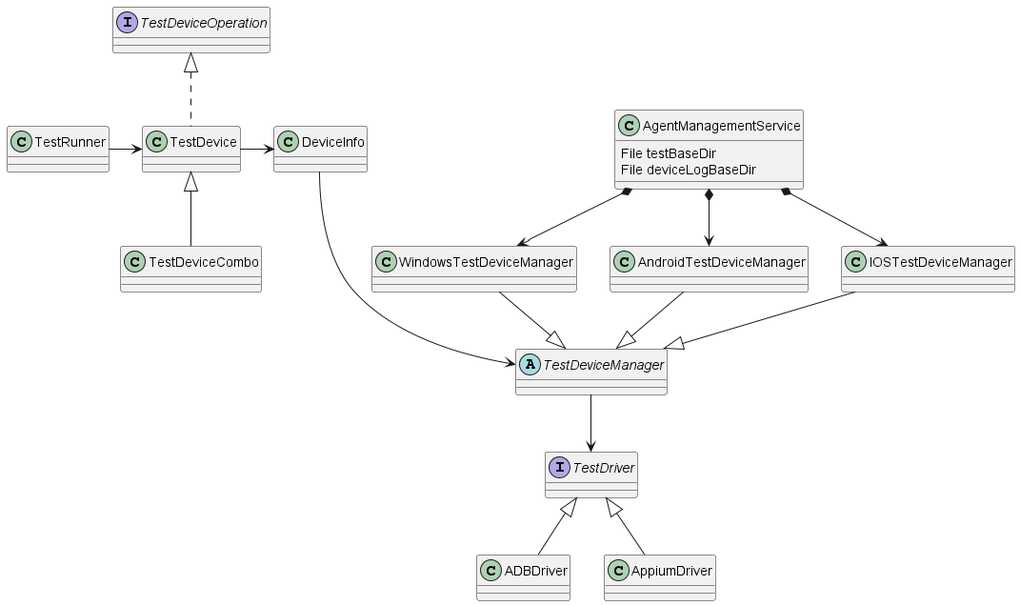
microsoft/HydraLab keeps this PlantUML diagram as docs/images/UML/agent_device_management_design.png. Above is the earlier version.
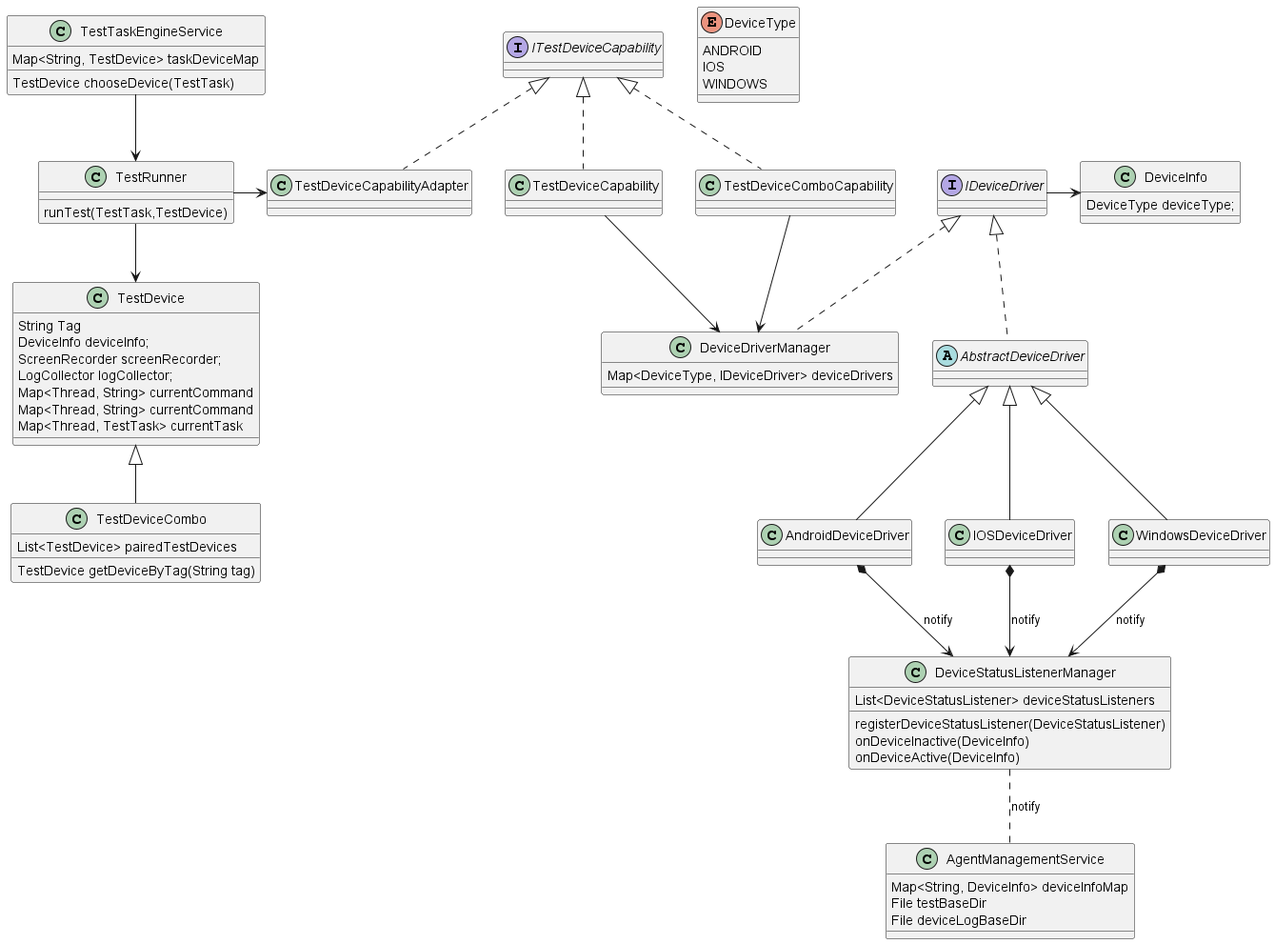
Later version of the same file.

What changed in the source:
```diff
@@ -1,34 +1,78 @@
 @startuml
+enum DeviceType{
+    ANDROID
+    IOS
+    WINDOWS
+}
+
+class DeviceInfo{
+    DeviceType deviceType;
+}
 
 class AgentManagementService {
+    Map<String, DeviceInfo> deviceInfoMap
     File testBaseDir
     File deviceLogBaseDir
 }
-interface TestDeviceOperation
-class TestDevice implements TestDeviceOperation
-class TestDeviceCombo extends TestDevice
+class DeviceStatusListenerManager{
+    List<DeviceStatusListener> deviceStatusListeners
+    registerDeviceStatusListener(DeviceStatusListener)
+    onDeviceInactive(DeviceInfo)
+    onDeviceActive(DeviceInfo)
+}
+class TestTaskEngineService{
+    TestDevice chooseDevice(TestTask)
+    Map<String, TestDevice> taskDeviceMap
+}
+
+
 class DeviceInfo
-abstract class TestDeviceManager
-class AndroidTestDeviceManager
-class IOSTestDeviceManager
-class WindowsTestDeviceManager
+interface ITestDeviceCapability
+class TestDeviceCapability implements ITestDeviceCapability
+class TestDeviceComboCapability implements ITestDeviceCapability
+class TestDeviceCapabilityAdapter implements ITestDeviceCapability
 
-interface TestDriver
+class TestDevice{
+String Tag
+DeviceInfo deviceInfo;
+ScreenRecorder screenRecorder;
+LogCollector logCollector;
+Map<Thread, String> currentCommand
+Map<Thread, String> currentCommand
+Map<Thread, TestTask> currentTask
+}
 
-AndroidTestDeviceManager --|> TestDeviceManager
-IOSTestDeviceManager --|> TestDeviceManager
-WindowsTestDeviceManager --|> TestDeviceManager
+class TestDeviceCombo extends TestDevice{
+List<TestDevice> pairedTestDevices
+TestDevice getDeviceByTag(String tag)
+}
 
-AgentManagementService *--> AndroidTestDeviceManager
-AgentManagementService *--> IOSTestDeviceManager
-AgentManagementService *--> WindowsTestDeviceManager
+class TestRunner{
+    runTest(TestTask,TestDevice)
+}
 
-TestDeviceManager --> TestDriver
+interface IDeviceDriver
+class DeviceDriverManager implements IDeviceDriver{
+Map<DeviceType, IDeviceDriver> deviceDrivers
+}
+abstract class AbstractDeviceDriver implements IDeviceDriver
+class AndroidDeviceDriver extends AbstractDeviceDriver
+class IOSDeviceDriver   extends AbstractDeviceDriver
+class WindowsDeviceDriver extends AbstractDeviceDriver
 
-ADBDriver -u-|> TestDriver
-AppiumDriver -u-|> TestDriver
 
-TestRunner -r-> TestDevice
-TestDevice -r-> DeviceInfo
-DeviceInfo ---> TestDeviceManager
+TestRunner --> TestDevice
+TestRunner -r-> TestDeviceCapabilityAdapter
+TestDeviceCapability --> DeviceDriverManager
+TestDeviceComboCapability --> DeviceDriverManager
+
+TestTaskEngineService --> TestRunner
+
+IDeviceDriver -> DeviceInfo
+AndroidDeviceDriver *--> DeviceStatusListenerManager : notify
+IOSDeviceDriver *--> DeviceStatusListenerManager : notify
+WindowsDeviceDriver *--> DeviceStatusListenerManager : notify
+
+DeviceStatusListenerManager .. AgentManagementService : notify
+
 @enduml
```
